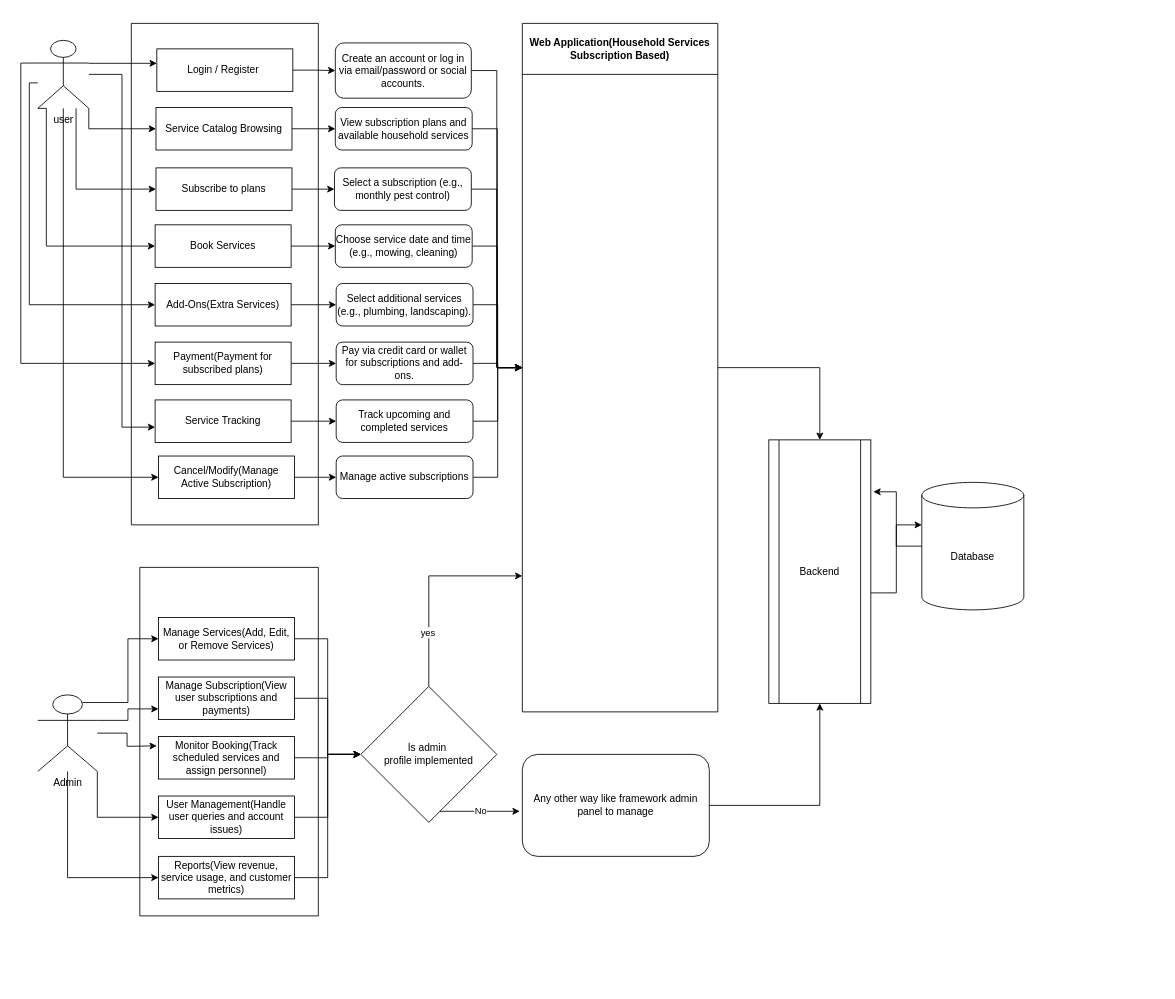
Before: Untitled Diagram.drawio in revosambat/my_portfolio, a draw.io diagram. Source tidied: cells renumbered, new cells numbered last; positions are measured from the earlier drawing's top-left corner, leaving out a move shared by most shapes. Both pictures are drawn from the tidied source at 85%, with x=0, y=0 at pixel (29, 23).
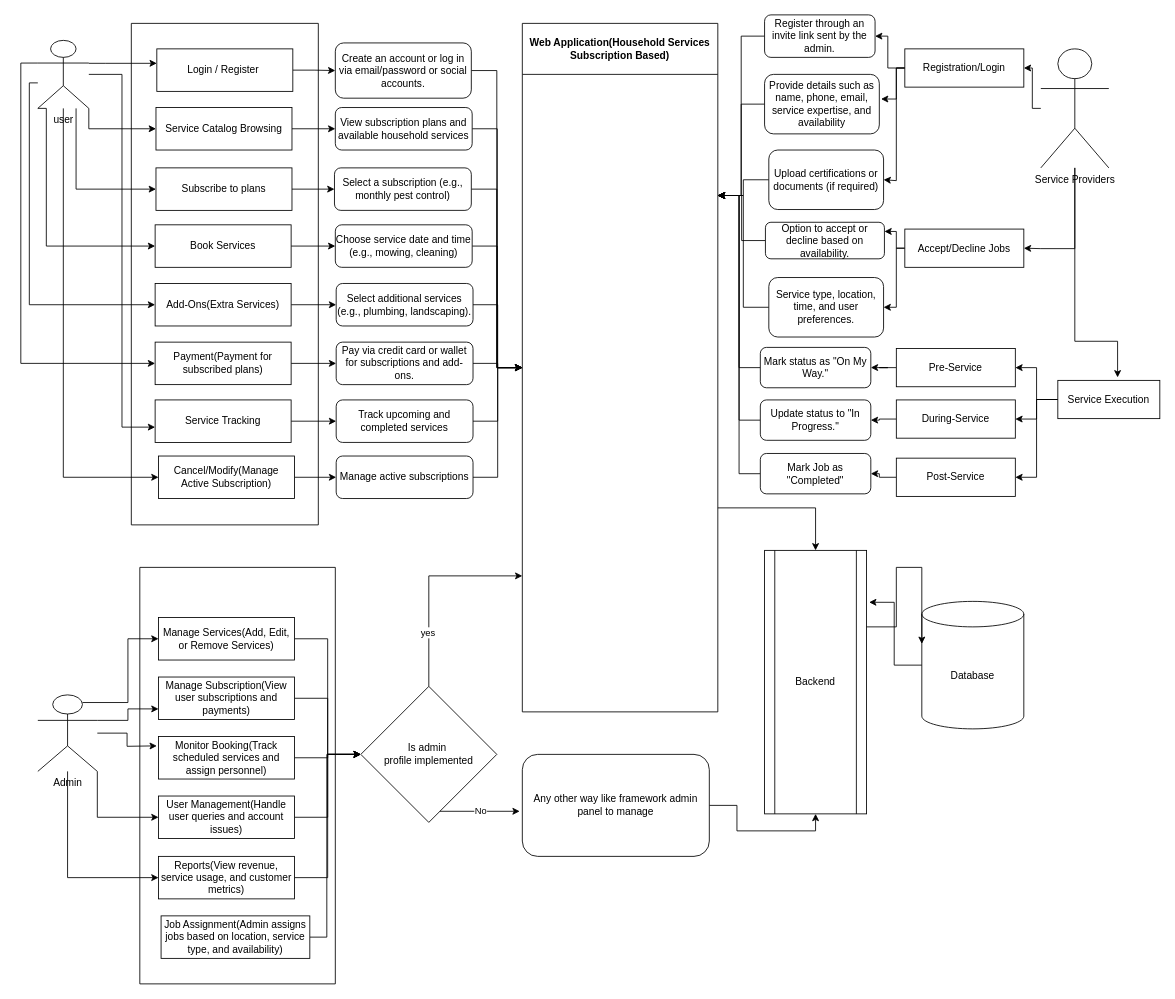
The same page after the edit.

Commit message:
Service Provider flow updated

The change refers to these unchanged cells:
```xml
<mxCell id="61" value="Web Application(Household Services Subscription Based)" style="swimlane;whiteSpace=wrap;html=1;startSize=60;" parent="1" vertex="1">
  <mxGeometry x="580" width="230" height="810" as="geometry" />
</mxCell>
<mxCell id="69" value="Is admin&amp;nbsp;&lt;div&gt;profile implemented&lt;/div&gt;" style="rhombus;whiteSpace=wrap;html=1;" parent="1" vertex="1">
  <mxGeometry x="390" y="780" width="160" height="160" as="geometry" />
</mxCell>
```

The edit, as a diff of the source:
```diff
@@
     <mxCell id="60" style="edgeStyle=orthogonalEdgeStyle;rounded=0;jettySize=auto;html=1;entryX=0.5;entryY=0;entryDx=0;entryDy=0;" parent="1" edge="1" source="61" target="64">
-      <mxGeometry relative="1" as="geometry" />
+      <mxGeometry relative="1" as="geometry">
+        <Array as="points">
+          <mxPoint x="925" y="570" />
+        </Array>
+      </mxGeometry>
     </mxCell>
@@
     <mxCell id="62" style="swimlane;startSize=0;" parent="1" vertex="1">
-      <mxGeometry x="130" y="640" width="210" height="410" as="geometry" />
+      <mxGeometry x="130" y="640" width="230" height="490" as="geometry" />
     </mxCell>
     <mxCell id="63" value="Database" style="shape=cylinder3;whiteSpace=wrap;html=1;boundedLbl=1;backgroundOutline=1;size=15;" parent="1" vertex="1">
-      <mxGeometry x="1050" y="540" width="120" height="150" as="geometry" />
+      <mxGeometry x="1050" y="680" width="120" height="150" as="geometry" />
     </mxCell>
     <mxCell id="64" value="Backend" style="shape=process;whiteSpace=wrap;html=1;backgroundOutline=1;" parent="1" vertex="1">
-      <mxGeometry x="870" y="490" width="120" height="310" as="geometry" />
+      <mxGeometry x="865" y="620" width="120" height="310" as="geometry" />
     </mxCell>
     <mxCell id="65" style="edgeStyle=orthogonalEdgeStyle;rounded=0;jettySize=auto;html=1;entryX=0;entryY=0;entryDx=0;entryDy=50;entryPerimeter=0;" parent="1" edge="1" source="64" target="63">
       <mxGeometry relative="1" as="geometry">
         <Array as="points">
-          <mxPoint x="1020" y="670" />
-          <mxPoint x="1020" y="590" />
+          <mxPoint x="1020" y="710" />
+          <mxPoint x="1020" y="640" />
+          <mxPoint x="1050" y="640" />
         </Array>
       </mxGeometry>
     </mxCell>
@@
+    <mxCell id="74" style="edgeStyle=orthogonalEdgeStyle;rounded=0;jettySize=auto;html=1;entryX=1;entryY=0.5;entryDx=0;entryDy=0;" parent="1" edge="1" source="76" target="79">
+      <mxGeometry relative="1" as="geometry">
+        <Array as="points">
+          <mxPoint x="1180" y="100" />
+          <mxPoint x="1180" y="53" />
+        </Array>
+      </mxGeometry>
+    </mxCell>
+    <mxCell id="75" style="edgeStyle=orthogonalEdgeStyle;rounded=0;jettySize=auto;html=1;entryX=1;entryY=0.5;entryDx=0;entryDy=0;" parent="1" edge="1" source="76" target="91">
+      <mxGeometry relative="1" as="geometry">
+        <Array as="points">
+          <mxPoint x="1230" y="265" />
+          <mxPoint x="1190" y="265" />
+        </Array>
+      </mxGeometry>
+    </mxCell>
+    <mxCell id="76" value="Service Providers" style="shape=umlActor;verticalLabelPosition=bottom;verticalAlign=top;html=1;outlineConnect=0;" parent="1" vertex="1">
+      <mxGeometry x="1190" y="30" width="80" height="140" as="geometry" />
+    </mxCell>
+    <mxCell id="77" style="edgeStyle=orthogonalEdgeStyle;rounded=0;jettySize=auto;html=1;entryX=1;entryY=0.5;entryDx=0;entryDy=0;" parent="1" edge="1" source="79" target="81">
+      <mxGeometry relative="1" as="geometry" />
+    </mxCell>
+    <mxCell id="78" style="edgeStyle=orthogonalEdgeStyle;rounded=0;jettySize=auto;html=1;entryX=1;entryY=0.5;entryDx=0;entryDy=0;" parent="1" edge="1" source="79" target="85">
+      <mxGeometry relative="1" as="geometry">
+        <Array as="points">
+          <mxPoint x="1020" y="53" />
+          <mxPoint x="1020" y="185" />
+        </Array>
+      </mxGeometry>
+    </mxCell>
+    <mxCell id="79" value="Registration/Login" style="rounded=0;whiteSpace=wrap;html=1;" parent="1" vertex="1">
+      <mxGeometry x="1030" y="30" width="140" height="45" as="geometry" />
+    </mxCell>
+    <mxCell id="80" style="edgeStyle=orthogonalEdgeStyle;rounded=0;jettySize=auto;html=1;entryX=1;entryY=0.25;entryDx=0;entryDy=0;" parent="1" edge="1" source="81" target="61">
+      <mxGeometry relative="1" as="geometry" />
+    </mxCell>
+    <mxCell id="81" value="Register through an invite link sent by the admin." style="rounded=1;whiteSpace=wrap;html=1;" parent="1" vertex="1">
+      <mxGeometry x="865" y="-10" width="130" height="50" as="geometry" />
+    </mxCell>
+    <mxCell id="82" style="edgeStyle=orthogonalEdgeStyle;rounded=0;jettySize=auto;html=1;entryX=1;entryY=0.25;entryDx=0;entryDy=0;" parent="1" edge="1" source="83" target="61">
+      <mxGeometry relative="1" as="geometry" />
+    </mxCell>
+    <mxCell id="83" value="Provide details such as name, phone, email, service expertise, and availability" style="rounded=1;whiteSpace=wrap;html=1;" parent="1" vertex="1">
+      <mxGeometry x="865" y="60" width="135" height="70" as="geometry" />
+    </mxCell>
+    <mxCell id="84" style="edgeStyle=orthogonalEdgeStyle;rounded=0;jettySize=auto;html=1;entryX=1;entryY=0.25;entryDx=0;entryDy=0;" parent="1" edge="1" source="85" target="61">
+      <mxGeometry relative="1" as="geometry" />
+    </mxCell>
+    <mxCell id="85" value="Upload certifications or documents (if required)" style="rounded=1;whiteSpace=wrap;html=1;" parent="1" vertex="1">
+      <mxGeometry x="870" y="149" width="135" height="70" as="geometry" />
+    </mxCell>
+    <mxCell id="86" style="edgeStyle=orthogonalEdgeStyle;rounded=0;jettySize=auto;html=1;entryX=1.015;entryY=0.414;entryDx=0;entryDy=0;entryPerimeter=0;" parent="1" edge="1" source="79" target="83">
+      <mxGeometry relative="1" as="geometry">
+        <Array as="points">
+          <mxPoint x="1020" y="53" />
+          <mxPoint x="1020" y="89" />
+        </Array>
+      </mxGeometry>
+    </mxCell>
+    <mxCell id="87" style="edgeStyle=orthogonalEdgeStyle;rounded=0;jettySize=auto;html=1;" parent="1" edge="1" source="88" target="69">
+      <mxGeometry relative="1" as="geometry">
+        <Array as="points">
+          <mxPoint x="350" y="1075" />
+          <mxPoint x="350" y="860" />
+        </Array>
+      </mxGeometry>
+    </mxCell>
+    <mxCell id="88" value="Job Assignment(Admin assigns jobs based on location, service type, and availability)" style="rounded=0;whiteSpace=wrap;html=1;" parent="1" vertex="1">
+      <mxGeometry x="155" y="1050" width="175" height="50" as="geometry" />
+    </mxCell>
+    <mxCell id="89" style="edgeStyle=orthogonalEdgeStyle;rounded=0;jettySize=auto;html=1;entryX=1;entryY=0.5;entryDx=0;entryDy=0;" parent="1" edge="1" source="91" target="93">
+      <mxGeometry relative="1" as="geometry">
+        <Array as="points">
+          <mxPoint x="1020" y="265" />
+          <mxPoint x="1020" y="334" />
+        </Array>
+      </mxGeometry>
+    </mxCell>
+    <mxCell id="90" style="edgeStyle=orthogonalEdgeStyle;rounded=0;jettySize=auto;html=1;entryX=1;entryY=0.25;entryDx=0;entryDy=0;" parent="1" edge="1" source="91" target="95">
+      <mxGeometry relative="1" as="geometry">
+        <Array as="points">
+          <mxPoint x="1020" y="265" />
+          <mxPoint x="1020" y="245" />
+        </Array>
+      </mxGeometry>
+    </mxCell>
+    <mxCell id="91" value="Accept/Decline Jobs" style="rounded=0;whiteSpace=wrap;html=1;" parent="1" vertex="1">
+      <mxGeometry x="1030" y="242" width="140" height="45" as="geometry" />
+    </mxCell>
+    <mxCell id="92" style="edgeStyle=orthogonalEdgeStyle;rounded=0;jettySize=auto;html=1;entryX=1;entryY=0.25;entryDx=0;entryDy=0;" parent="1" edge="1" source="93" target="61">
+      <mxGeometry relative="1" as="geometry" />
+    </mxCell>
+    <mxCell id="93" value="Service type, location, time, and user preferences." style="rounded=1;whiteSpace=wrap;html=1;" parent="1" vertex="1">
+      <mxGeometry x="870" y="299" width="135" height="70" as="geometry" />
+    </mxCell>
+    <mxCell id="94" style="edgeStyle=orthogonalEdgeStyle;rounded=0;jettySize=auto;html=1;entryX=1;entryY=0.25;entryDx=0;entryDy=0;" parent="1" edge="1" source="95" target="61">
+      <mxGeometry relative="1" as="geometry" />
+    </mxCell>
+    <mxCell id="95" value="Option to accept or decline based on availability." style="rounded=1;whiteSpace=wrap;html=1;" parent="1" vertex="1">
+      <mxGeometry x="866" y="234" width="140" height="43" as="geometry" />
+    </mxCell>
+    <mxCell id="96" style="edgeStyle=orthogonalEdgeStyle;rounded=0;jettySize=auto;html=1;" parent="1" edge="1" source="99" target="102">
+      <mxGeometry relative="1" as="geometry" />
+    </mxCell>
+    <mxCell id="97" style="edgeStyle=orthogonalEdgeStyle;rounded=0;jettySize=auto;html=1;entryX=1;entryY=0.5;entryDx=0;entryDy=0;" parent="1" edge="1" source="99" target="104">
+      <mxGeometry relative="1" as="geometry" />
+    </mxCell>
+    <mxCell id="98" style="edgeStyle=orthogonalEdgeStyle;rounded=0;jettySize=auto;html=1;entryX=1;entryY=0.5;entryDx=0;entryDy=0;" parent="1" edge="1" source="99" target="106">
+      <mxGeometry relative="1" as="geometry" />
+    </mxCell>
+    <mxCell id="99" value="Service Execution" style="rounded=0;whiteSpace=wrap;html=1;" parent="1" vertex="1">
+      <mxGeometry x="1210" y="420" width="120" height="45" as="geometry" />
+    </mxCell>
+    <mxCell id="100" style="edgeStyle=orthogonalEdgeStyle;rounded=0;jettySize=auto;html=1;entryX=0.586;entryY=-0.078;entryDx=0;entryDy=0;entryPerimeter=0;" parent="1" edge="1" source="76" target="99">
+      <mxGeometry relative="1" as="geometry">
+        <Array as="points">
+          <mxPoint x="1230" y="374" />
+        </Array>
+      </mxGeometry>
+    </mxCell>
+    <mxCell id="101" style="edgeStyle=orthogonalEdgeStyle;rounded=0;jettySize=auto;html=1;entryX=1;entryY=0.5;entryDx=0;entryDy=0;" parent="1" edge="1" source="102" target="108">
+      <mxGeometry relative="1" as="geometry" />
+    </mxCell>
+    <mxCell id="102" value="Pre-Service" style="rounded=0;whiteSpace=wrap;html=1;" parent="1" vertex="1">
+      <mxGeometry x="1020" y="382.5" width="140" height="45" as="geometry" />
+    </mxCell>
+    <mxCell id="103" style="edgeStyle=orthogonalEdgeStyle;rounded=0;jettySize=auto;html=1;entryX=1;entryY=0.5;entryDx=0;entryDy=0;" parent="1" edge="1" source="104" target="110">
+      <mxGeometry relative="1" as="geometry" />
+    </mxCell>
+    <mxCell id="104" value="During-Service" style="rounded=0;whiteSpace=wrap;html=1;" parent="1" vertex="1">
+      <mxGeometry x="1020" y="443" width="140" height="45" as="geometry" />
+    </mxCell>
+    <mxCell id="105" style="edgeStyle=orthogonalEdgeStyle;rounded=0;jettySize=auto;html=1;entryX=1;entryY=0.5;entryDx=0;entryDy=0;" parent="1" edge="1" source="106" target="112">
+      <mxGeometry relative="1" as="geometry" />
+    </mxCell>
+    <mxCell id="106" value="Post-Service" style="rounded=0;whiteSpace=wrap;html=1;" parent="1" vertex="1">
+      <mxGeometry x="1020" y="511.5" width="140" height="45" as="geometry" />
+    </mxCell>
+    <mxCell id="107" style="edgeStyle=orthogonalEdgeStyle;rounded=0;jettySize=auto;html=1;entryX=1;entryY=0.25;entryDx=0;entryDy=0;" parent="1" edge="1" source="108" target="61">
+      <mxGeometry relative="1" as="geometry" />
+    </mxCell>
+    <mxCell id="108" value="Mark status as &quot;On My Way.&quot;" style="rounded=1;whiteSpace=wrap;html=1;" parent="1" vertex="1">
+      <mxGeometry x="860" y="381.2" width="130" height="47.5" as="geometry" />
+    </mxCell>
+    <mxCell id="109" style="edgeStyle=orthogonalEdgeStyle;rounded=0;jettySize=auto;html=1;entryX=1;entryY=0.25;entryDx=0;entryDy=0;" parent="1" edge="1" source="110" target="61">
+      <mxGeometry relative="1" as="geometry" />
+    </mxCell>
+    <mxCell id="110" value="Update status to &quot;In Progress.&quot;" style="rounded=1;whiteSpace=wrap;html=1;" parent="1" vertex="1">
+      <mxGeometry x="860" y="443" width="130" height="47.5" as="geometry" />
+    </mxCell>
+    <mxCell id="111" style="edgeStyle=orthogonalEdgeStyle;rounded=0;jettySize=auto;html=1;entryX=1;entryY=0.25;entryDx=0;entryDy=0;" parent="1" edge="1" source="112" target="61">
+      <mxGeometry relative="1" as="geometry" />
+    </mxCell>
+    <mxCell id="112" value="Mark Job as &quot;Completed&quot;" style="rounded=1;whiteSpace=wrap;html=1;" parent="1" vertex="1">
+      <mxGeometry x="860" y="506" width="130" height="47.5" as="geometry" />
+    </mxCell>
```
